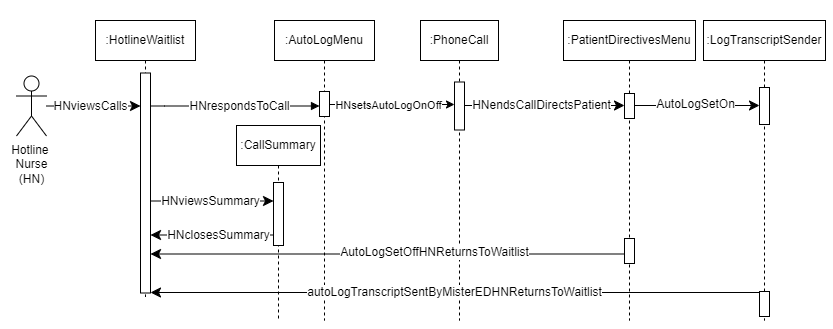
Earlier version of the draw.io export AmirWork/M2/Nurse_Hotline_SequenceDiagram.drawio.png (SENG-350-2024-fall/Team9). Source tidied: cells renumbered, new cells last; positions are measured from the earlier drawing's top-left corner, leaving out a move shared by most shapes.
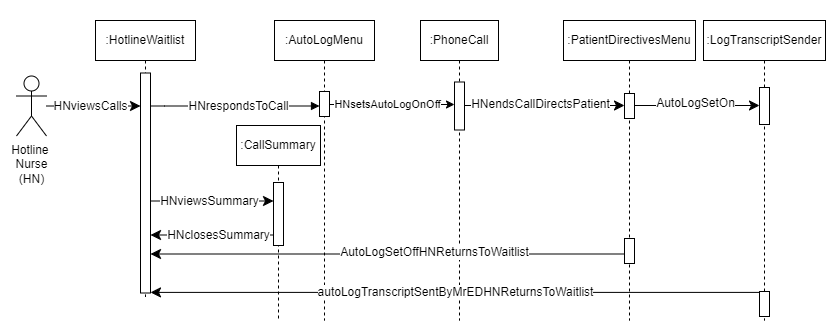
The same file after the commit.

What changed in the source:
```diff
@@ -138,7 +138,7 @@
         </Array>
       </mxGeometry>
     </mxCell>
-    <mxCell id="34" value="autoLogTranscriptSentByMisterEDHNReturnsToWaitlist" style="edgeStyle=elbowEdgeStyle;curved=0;rounded=0;jettySize=auto;html=1;elbow=vertical;fontSize=12;startSize=8;endSize=8;" parent="1" edge="1" source="29" target="7">
+    <mxCell id="34" value="autoLogTranscriptSentByMrEDHNReturnsToWaitlist" style="edgeStyle=elbowEdgeStyle;curved=0;rounded=0;jettySize=auto;html=1;elbow=vertical;fontSize=12;startSize=8;endSize=8;" parent="1" edge="1" source="29" target="7">
       <mxGeometry relative="1" as="geometry" />
     </mxCell>
   </root>
```
